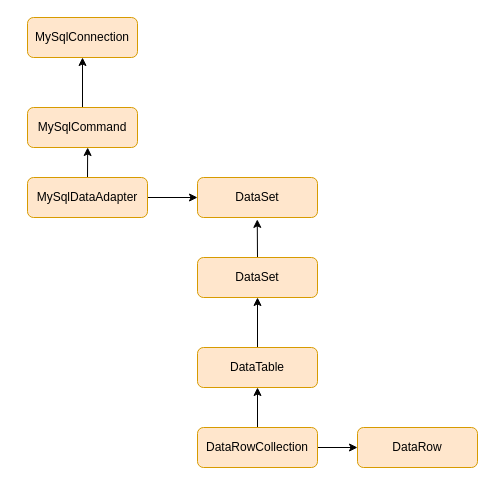
Earlier version of the draw.io diagram assets/drawio/study.drawio (atanx/atanx.github.io). Source tidied: cells renumbered, new cells numbered last; positions are measured from the earlier drawing's top-left corner, leaving out a move shared by most shapes. Both pictures are drawn from the tidied source at 100%, with x=0, y=0 at pixel (27, 17).
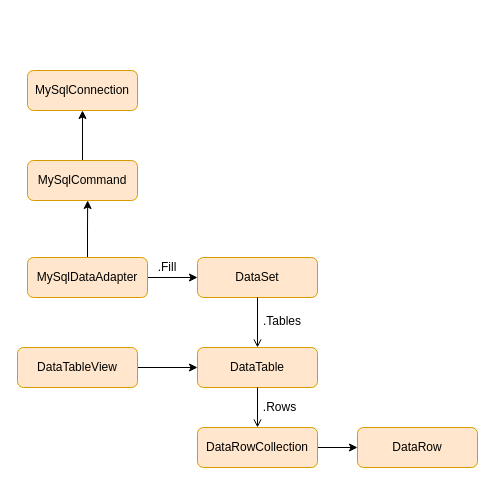
The same diagram, later.

Change to the diagram source:
```diff
@@
 <mxGraphModel>
   <root>
     <mxCell id="0" />
     <mxCell id="1" parent="0" />
     <mxCell id="2" value="MySqlConnection" style="rounded=1;whiteSpace=wrap;html=1;fillColor=#ffe6cc;strokeColor=#d79b00;" parent="1" vertex="1">
-      <mxGeometry width="110" height="40" as="geometry" />
+      <mxGeometry y="53" width="110" height="40" as="geometry" />
     </mxCell>
     <mxCell id="3" style="edgeStyle=orthogonalEdgeStyle;rounded=0;jettySize=auto;html=1;exitX=0.5;exitY=0;exitDx=0;exitDy=0;entryX=0.5;entryY=1;entryDx=0;entryDy=0;" parent="1" edge="1" source="4" target="2">
       <mxGeometry relative="1" as="geometry" />
     </mxCell>
     <mxCell id="4" value="MySqlCommand" style="rounded=1;whiteSpace=wrap;html=1;fillColor=#ffe6cc;strokeColor=#d79b00;" parent="1" vertex="1">
-      <mxGeometry y="90" width="110" height="40" as="geometry" />
+      <mxGeometry y="143" width="110" height="40" as="geometry" />
     </mxCell>
     <mxCell id="5" style="edgeStyle=orthogonalEdgeStyle;rounded=0;jettySize=auto;html=1;exitX=0.5;exitY=0;exitDx=0;exitDy=0;entryX=0.547;entryY=1;entryDx=0;entryDy=0;entryPerimeter=0;" parent="1" edge="1" source="7" target="4">
       <mxGeometry relative="1" as="geometry" />
     </mxCell>
-    <mxCell id="6" style="edgeStyle=orthogonalEdgeStyle;rounded=0;jettySize=auto;html=1;exitX=1;exitY=0.5;exitDx=0;exitDy=0;entryX=0;entryY=0.5;entryDx=0;entryDy=0;" parent="1" edge="1" source="7" target="8">
+    <mxCell id="6" style="edgeStyle=orthogonalEdgeStyle;rounded=0;jettySize=auto;html=1;exitX=1;exitY=0.5;exitDx=0;exitDy=0;entryX=0;entryY=0.5;entryDx=0;entryDy=0;" parent="1" edge="1" source="7" target="10">
       <mxGeometry relative="1" as="geometry" />
     </mxCell>
     <mxCell id="7" value="MySqlDataAdapter" style="rounded=1;whiteSpace=wrap;html=1;fillColor=#ffe6cc;strokeColor=#d79b00;" parent="1" vertex="1">
-      <mxGeometry y="160" width="120" height="40" as="geometry" />
+      <mxGeometry y="240" width="120" height="40" as="geometry" />
     </mxCell>
-    <mxCell id="8" value="DataSet" style="rounded=1;whiteSpace=wrap;html=1;fillColor=#ffe6cc;strokeColor=#d79b00;" parent="1" vertex="1">
-      <mxGeometry x="170" y="160" width="120" height="40" as="geometry" />
-    </mxCell>
-    <mxCell id="9" style="edgeStyle=orthogonalEdgeStyle;rounded=0;jettySize=auto;html=1;exitX=0.5;exitY=0;exitDx=0;exitDy=0;entryX=0.498;entryY=1.047;entryDx=0;entryDy=0;entryPerimeter=0;" parent="1" edge="1" source="10" target="8">
-      <mxGeometry relative="1" as="geometry" />
-    </mxCell>
     <mxCell id="10" value="DataSet" style="rounded=1;whiteSpace=wrap;html=1;fillColor=#ffe6cc;strokeColor=#d79b00;" parent="1" vertex="1">
       <mxGeometry x="170" y="240" width="120" height="40" as="geometry" />
     </mxCell>
-    <mxCell id="11" style="edgeStyle=orthogonalEdgeStyle;rounded=0;jettySize=auto;html=1;exitX=0.5;exitY=0;exitDx=0;exitDy=0;entryX=0.5;entryY=1;entryDx=0;entryDy=0;" parent="1" edge="1" source="12" target="10">
+    <mxCell id="11" style="edgeStyle=orthogonalEdgeStyle;rounded=0;jettySize=auto;html=1;exitX=0.5;exitY=0;exitDx=0;exitDy=0;entryX=0.5;entryY=1;entryDx=0;entryDy=0;endFill=0;endArrow=none;startFill=0;startArrow=open;" parent="1" edge="1" source="12" target="10">
       <mxGeometry relative="1" as="geometry" />
     </mxCell>
     <mxCell id="12" value="&lt;span style=&quot;text-align: left ; white-space: nowrap&quot;&gt;DataTable&lt;/span&gt;" style="rounded=1;whiteSpace=wrap;html=1;fillColor=#ffe6cc;strokeColor=#d79b00;" parent="1" vertex="1">
       <mxGeometry x="170" y="330" width="120" height="40" as="geometry" />
     </mxCell>
     <mxCell id="13" style="edgeStyle=orthogonalEdgeStyle;rounded=0;jettySize=auto;html=1;exitX=1;exitY=0.5;exitDx=0;exitDy=0;entryX=0;entryY=0.5;entryDx=0;entryDy=0;" parent="1" edge="1" source="15" target="16">
       <mxGeometry relative="1" as="geometry" />
     </mxCell>
-    <mxCell id="14" style="edgeStyle=orthogonalEdgeStyle;rounded=0;jettySize=auto;html=1;exitX=0.5;exitY=0;exitDx=0;exitDy=0;entryX=0.5;entryY=1;entryDx=0;entryDy=0;" parent="1" edge="1" source="15" target="12">
+    <mxCell id="14" style="edgeStyle=orthogonalEdgeStyle;rounded=0;jettySize=auto;html=1;exitX=0.5;exitY=0;exitDx=0;exitDy=0;entryX=0.5;entryY=1;entryDx=0;entryDy=0;endArrow=none;endFill=0;startArrow=open;startFill=0;" parent="1" edge="1" source="15" target="12">
       <mxGeometry relative="1" as="geometry" />
     </mxCell>
     <mxCell id="15" value="&lt;div style=&quot;text-align: left&quot;&gt;&lt;span style=&quot;white-space: nowrap&quot;&gt;DataRowCollection&lt;/span&gt;&lt;/div&gt;" style="rounded=1;whiteSpace=wrap;html=1;fillColor=#ffe6cc;strokeColor=#d79b00;" parent="1" vertex="1">
       <mxGeometry x="170" y="410" width="120" height="40" as="geometry" />
     </mxCell>
     <mxCell id="16" value="&lt;div style=&quot;text-align: left&quot;&gt;&lt;span style=&quot;white-space: nowrap&quot;&gt;DataRow&lt;/span&gt;&lt;br&gt;&lt;/div&gt;" style="rounded=1;whiteSpace=wrap;html=1;fillColor=#ffe6cc;strokeColor=#d79b00;" parent="1" vertex="1">
       <mxGeometry x="330" y="410" width="120" height="40" as="geometry" />
     </mxCell>
+    <mxCell id="17" value=".Fill" style="text;html=1;strokeColor=none;fillColor=none;align=center;verticalAlign=middle;whiteSpace=wrap;rounded=0;" parent="1" vertex="1">
+      <mxGeometry x="120" y="240" width="40" height="20" as="geometry" />
+    </mxCell>
+    <mxCell id="18" style="edgeStyle=orthogonalEdgeStyle;rounded=0;jettySize=auto;html=1;exitX=1;exitY=0.5;exitDx=0;exitDy=0;entryX=0;entryY=0.5;entryDx=0;entryDy=0;" parent="1" edge="1" source="19" target="12">
+      <mxGeometry relative="1" as="geometry" />
+    </mxCell>
+    <mxCell id="19" value="&lt;div style=&quot;text-align: left&quot;&gt;DataTableView&lt;/div&gt;" style="rounded=1;whiteSpace=wrap;html=1;fillColor=#ffe6cc;strokeColor=#d79b00;" parent="1" vertex="1">
+      <mxGeometry x="-10" y="330" width="120" height="40" as="geometry" />
+    </mxCell>
+    <mxCell id="20" value=".Rows" style="text;html=1;strokeColor=none;fillColor=none;align=center;verticalAlign=middle;whiteSpace=wrap;rounded=0;" parent="1" vertex="1">
+      <mxGeometry x="234" y="380" width="37" height="20" as="geometry" />
+    </mxCell>
+    <mxCell id="21" value=".Tables" style="text;html=1;" parent="1" vertex="1">
+      <mxGeometry x="234" y="290" width="60" height="30" as="geometry" />
+    </mxCell>
   </root>
 </mxGraphModel>
```
